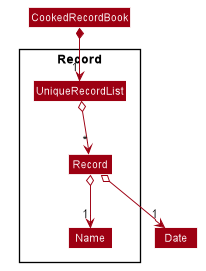
Above: images/ModelRecordClassDiagram.png in AY1920S2-CS2103T-T10-1/main (PlantUML), before the change.
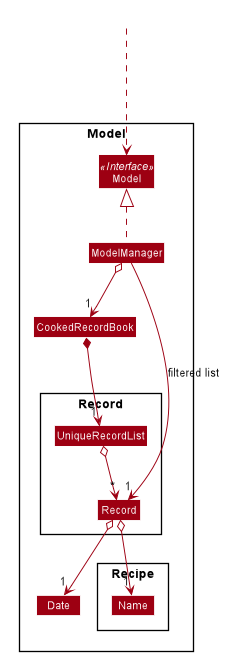
The same file after the commit.

Change to the diagram source:
```diff
@@ -51,6 +51,13 @@
 skinparam arrowThickness 1.1
 skinparam arrowColor #9D0012
 skinparam classBackgroundColor #9D0012
+Class HiddenOutside #FFFFFF
+
+Package Model <<Rectangle>>{
+
+Interface Model <<Interface>>
+Class Model
+Class ModelManager
 
 class CookedRecordBook
 class Date
@@ -58,9 +65,16 @@
 Package Record {
     class UniqueRecordList
     class Record
+}
+
+Package Recipe {
     class Name
 }
 
+HiddenOutside ...> Model
+ModelManager o--> "1" CookedRecordBook
+ModelManager .up.|> Model
+ModelManager --> "1" Record : filtered list
 
 CookedRecordBook *-down->"1" UniqueRecordList
 UniqueRecordList o--> "*" Record
```
